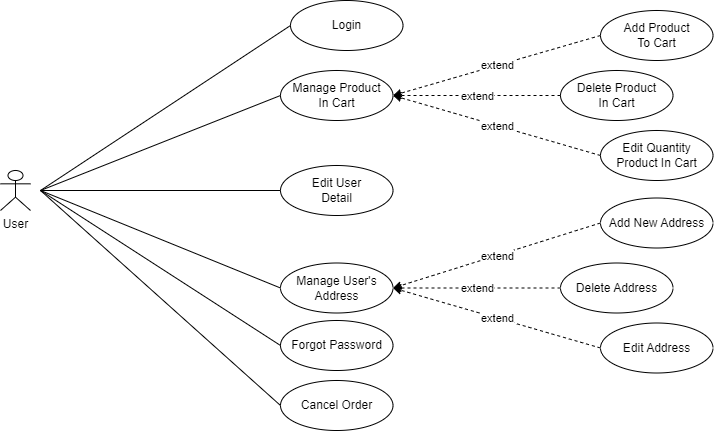
Earlier version of the draw.io export WatchStoreDocs/UseCase/UseCase (img)/User_UseCase.png (HuYssss/WatchStore). Source tidied: cells renumbered, new cells last; positions are measured from the earlier drawing's top-left corner, leaving out a move shared by most shapes.
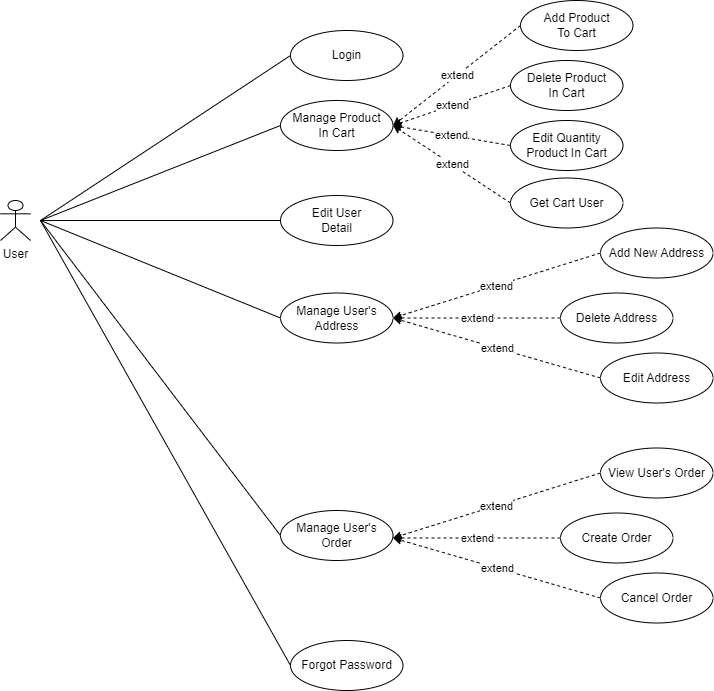
The same diagram one commit later.

The edit, as a diff of the source:
```diff
@@ -23,7 +23,7 @@
       <mxGeometry x="280" y="262.5" width="112.5" height="50" as="geometry" />
     </mxCell>
     <mxCell id="8" value="Forgot Password" style="ellipse;whiteSpace=wrap;html=1;" parent="1" vertex="1">
-      <mxGeometry x="280" y="320" width="112.5" height="50" as="geometry" />
+      <mxGeometry x="290" y="610" width="112.5" height="50" as="geometry" />
     </mxCell>
     <mxCell id="9" style="endArrow=none;html=1;rounded=0;entryX=0;entryY=0.5;entryDx=0;entryDy=0;" parent="1" edge="1" target="5">
       <mxGeometry relative="1" as="geometry">
@@ -50,8 +50,8 @@
         <mxPoint x="40" y="190" as="sourcePoint" />
       </mxGeometry>
     </mxCell>
-    <mxCell id="14" value="Cancel Order" style="ellipse;whiteSpace=wrap;html=1;" parent="1" vertex="1">
-      <mxGeometry x="280" y="380" width="112.5" height="50" as="geometry" />
+    <mxCell id="14" value="Manage User's Order" style="ellipse;whiteSpace=wrap;html=1;" parent="1" vertex="1">
+      <mxGeometry x="280" y="480" width="112.5" height="50" as="geometry" />
     </mxCell>
     <mxCell id="15" style="endArrow=classic;html=1;rounded=0;entryX=1;entryY=0.5;entryDx=0;entryDy=0;exitX=0;exitY=0.5;exitDx=0;exitDy=0;dashed=1;" parent="1" edge="1" source="17" target="5">
       <mxGeometry relative="1" as="geometry" />
@@ -60,7 +60,7 @@
       <mxGeometry relative="1" as="geometry" />
     </mxCell>
     <mxCell id="17" value="Add Product&lt;br&gt;To Cart" style="ellipse;whiteSpace=wrap;html=1;" parent="1" vertex="1">
-      <mxGeometry x="600" y="10" width="112.5" height="50" as="geometry" />
+      <mxGeometry x="520" y="-30" width="112.5" height="50" as="geometry" />
     </mxCell>
     <mxCell id="18" style="endArrow=classic;html=1;rounded=0;entryX=1;entryY=0.5;entryDx=0;entryDy=0;exitX=0;exitY=0.5;exitDx=0;exitDy=0;dashed=1;" parent="1" edge="1" source="20" target="5">
       <mxGeometry relative="1" as="geometry" />
@@ -69,7 +69,7 @@
       <mxGeometry relative="1" as="geometry" />
     </mxCell>
     <mxCell id="20" value="Delete Product &lt;br&gt;In Cart" style="ellipse;whiteSpace=wrap;html=1;" parent="1" vertex="1">
-      <mxGeometry x="560" y="70" width="112.5" height="50" as="geometry" />
+      <mxGeometry x="510" y="30" width="112.5" height="50" as="geometry" />
     </mxCell>
     <mxCell id="21" style="endArrow=classic;html=1;rounded=0;entryX=1;entryY=0.5;entryDx=0;entryDy=0;exitX=0;exitY=0.5;exitDx=0;exitDy=0;dashed=1;" parent="1" edge="1" source="23" target="5">
       <mxGeometry relative="1" as="geometry" />
@@ -78,7 +78,7 @@
       <mxGeometry relative="1" as="geometry" />
     </mxCell>
     <mxCell id="23" value="Edit Quantity Product In Cart" style="ellipse;whiteSpace=wrap;html=1;" parent="1" vertex="1">
-      <mxGeometry x="600" y="130" width="112.5" height="50" as="geometry" />
+      <mxGeometry x="510" y="90" width="112.5" height="50" as="geometry" />
     </mxCell>
     <mxCell id="24" style="endArrow=classic;html=1;rounded=0;entryX=1;entryY=0.5;entryDx=0;entryDy=0;exitX=0;exitY=0.5;exitDx=0;exitDy=0;dashed=1;" parent="1" edge="1" source="26">
       <mxGeometry relative="1" as="geometry">
@@ -113,5 +113,47 @@
     <mxCell id="32" value="Edit Address" style="ellipse;whiteSpace=wrap;html=1;" parent="1" vertex="1">
       <mxGeometry x="600" y="322.5" width="112.5" height="50" as="geometry" />
     </mxCell>
+    <mxCell id="33" style="endArrow=classic;html=1;rounded=0;entryX=1;entryY=0.5;entryDx=0;entryDy=0;exitX=0;exitY=0.5;exitDx=0;exitDy=0;dashed=1;" parent="1" edge="1" source="35">
+      <mxGeometry relative="1" as="geometry">
+        <mxPoint x="392.5" y="507.5" as="targetPoint" />
+      </mxGeometry>
+    </mxCell>
+    <mxCell id="34" value="extend" style="edgeLabel;html=1;align=center;verticalAlign=middle;" parent="33" vertex="1">
+      <mxGeometry relative="1" as="geometry" />
+    </mxCell>
+    <mxCell id="35" value="View User's Order" style="ellipse;whiteSpace=wrap;html=1;" parent="1" vertex="1">
+      <mxGeometry x="600" y="417.5" width="112.5" height="50" as="geometry" />
+    </mxCell>
+    <mxCell id="36" style="endArrow=classic;html=1;rounded=0;entryX=1;entryY=0.5;entryDx=0;entryDy=0;exitX=0;exitY=0.5;exitDx=0;exitDy=0;dashed=1;" parent="1" edge="1" source="38">
+      <mxGeometry relative="1" as="geometry">
+        <mxPoint x="392.5" y="507.5" as="targetPoint" />
+      </mxGeometry>
+    </mxCell>
+    <mxCell id="37" value="extend" style="edgeLabel;html=1;align=center;verticalAlign=middle;" parent="36" vertex="1">
+      <mxGeometry relative="1" as="geometry" />
+    </mxCell>
+    <mxCell id="38" value="Create Order" style="ellipse;whiteSpace=wrap;html=1;" parent="1" vertex="1">
+      <mxGeometry x="560" y="482.5" width="112.5" height="50" as="geometry" />
+    </mxCell>
+    <mxCell id="39" style="endArrow=classic;html=1;rounded=0;entryX=1;entryY=0.5;entryDx=0;entryDy=0;exitX=0;exitY=0.5;exitDx=0;exitDy=0;dashed=1;" parent="1" edge="1" source="41">
+      <mxGeometry relative="1" as="geometry">
+        <mxPoint x="392.5" y="507.5" as="targetPoint" />
+      </mxGeometry>
+    </mxCell>
+    <mxCell id="40" value="extend" style="edgeLabel;html=1;align=center;verticalAlign=middle;" parent="39" vertex="1">
+      <mxGeometry relative="1" as="geometry" />
+    </mxCell>
+    <mxCell id="41" value="Cancel Order" style="ellipse;whiteSpace=wrap;html=1;" parent="1" vertex="1">
+      <mxGeometry x="600" y="542.5" width="112.5" height="50" as="geometry" />
+    </mxCell>
+    <mxCell id="42" value="Get Cart User" style="ellipse;whiteSpace=wrap;html=1;" parent="1" vertex="1">
+      <mxGeometry x="510" y="147.5" width="112.5" height="50" as="geometry" />
+    </mxCell>
+    <mxCell id="43" style="endArrow=classic;html=1;rounded=0;entryX=1;entryY=0.5;entryDx=0;entryDy=0;exitX=0;exitY=0.5;exitDx=0;exitDy=0;dashed=1;" parent="1" edge="1" source="42" target="5">
+      <mxGeometry relative="1" as="geometry" />
+    </mxCell>
+    <mxCell id="44" value="extend" style="edgeLabel;html=1;align=center;verticalAlign=middle;" parent="43" vertex="1">
+      <mxGeometry relative="1" as="geometry" />
+    </mxCell>
   </root>
 </mxGraphModel>
```
